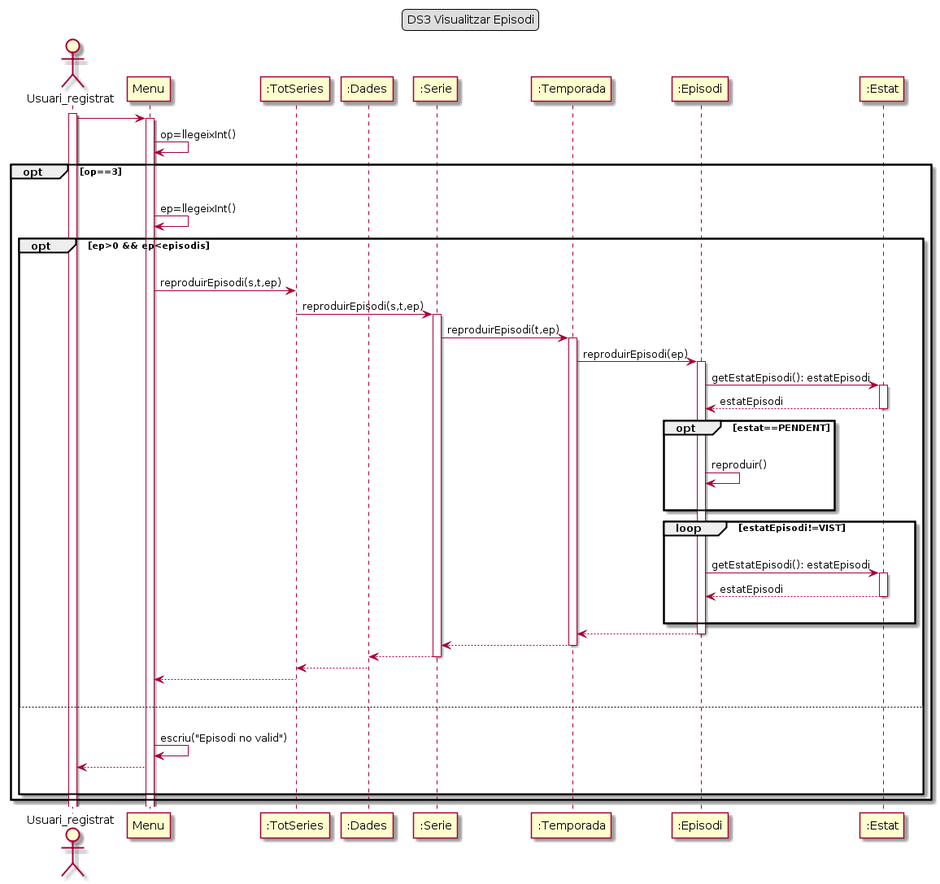
This is Lab5/GrupA_BergantiñosAngelDiazFranciscoL1b/DS/DS3_3.png from Ralleg314/DS, a PlantUML export, as it was before one commit. Its diagram source:
```plantuml
@startuml
legend top
    DS3 Visualitzar Episodi
end legend

actor Usuari_registrat as usuari
activate usuari

participant "Menu" as menu
participant ":TotSeries" as TS
participant ":Dades" as dades
participant ":Serie" as serie
participant ":Temporada" as temp
participant ":Episodi" as episodi
participant ":Estat" as estat

usuari -> menu
activate menu
menu -> menu : op=llegeixInt()
opt op==3
    |||
    menu -> menu : ep=llegeixInt()
    opt ep>0 && ep<episodis
        |||
        menu ->TS :reproduirEpisodi(s,t,ep)
        TS -> serie: reproduirEpisodi(s,t,ep)
        activate serie
        serie->temp: reproduirEpisodi(t,ep)
        activate temp
        temp->episodi: reproduirEpisodi(ep)
        activate episodi
        episodi -> estat: getEstatEpisodi(): estatEpisodi
        activate estat
        estat --> episodi: estatEpisodi
        deactivate estat
        opt estat==PENDENT
            |||
            episodi ->episodi: reproduir()
            |||
        end
        loop estatEpisodi!=VIST
            |||
            episodi -> estat: getEstatEpisodi(): estatEpisodi
            activate estat
            estat --> episodi: estatEpisodi
            deactivate estat
            |||
        end
        episodi --->temp
        deactivate episodi
        temp ---> serie
        deactivate temp
        serie---> dades
        deactivate serie
        dades---> TS
        deactivate dades
        TS ---> menu
        deactivate TS

        |||
    else
        |||
        menu->menu: escriu("Episodi no valid")
        menu--->usuari
        |||
    end

end
@enduml
```
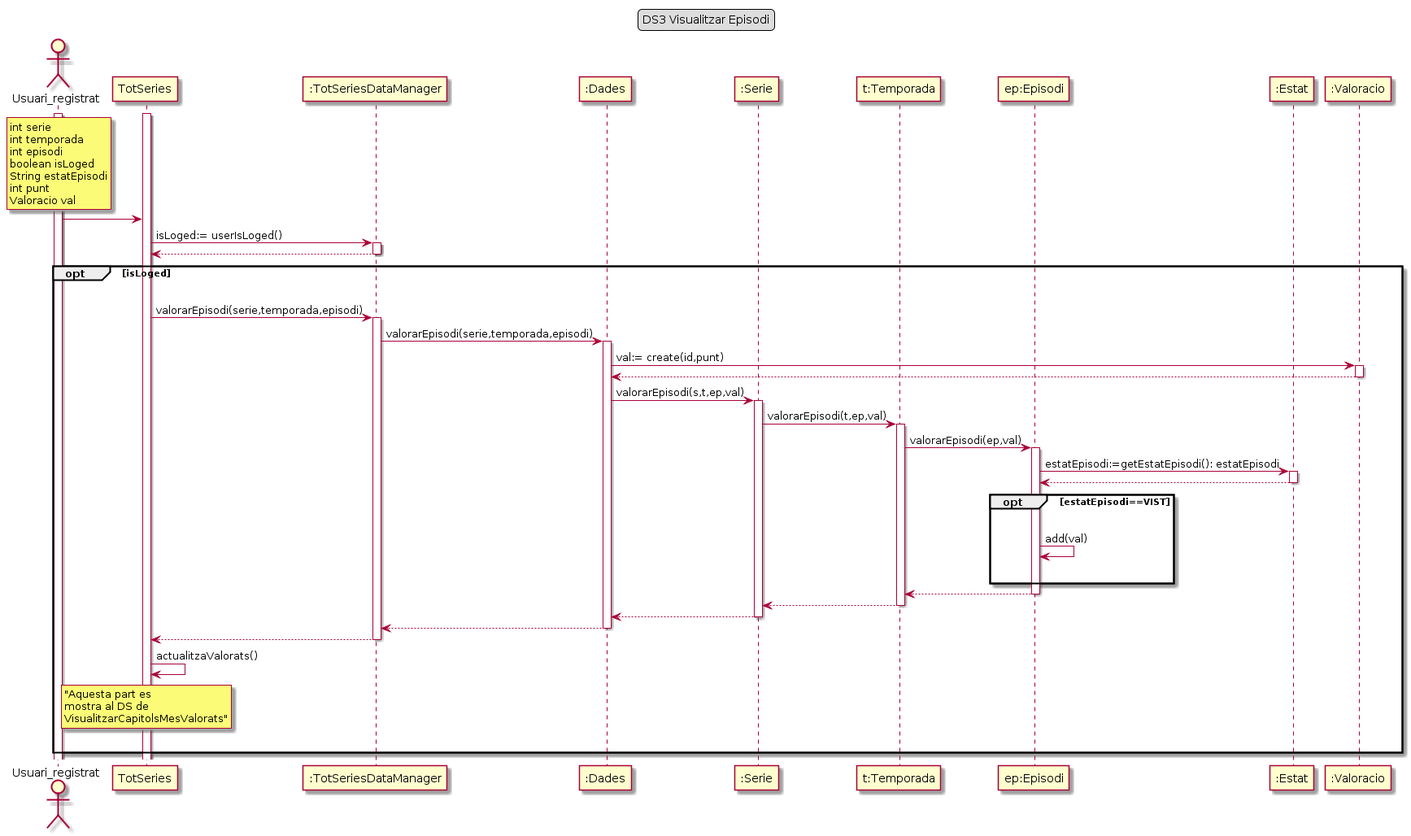
The same file after the commit.

Change to the diagram source:
```diff
@@ -5,65 +5,73 @@
 
 actor Usuari_registrat as usuari
 activate usuari
+rnote over usuari
+    int serie
+    int temporada
+    int episodi
+    boolean isLoged
+    String estatEpisodi
+    int punt
+    Valoracio val
+end rnote
 
-participant "Menu" as menu
-participant ":TotSeries" as TS
+participant "TotSeries" as menu
+participant ":TotSeriesDataManager" as TS
 participant ":Dades" as dades
 participant ":Serie" as serie
-participant ":Temporada" as temp
-participant ":Episodi" as episodi
+participant "t:Temporada" as temp
+participant "ep:Episodi" as episodi
 participant ":Estat" as estat
+participant ":Valoracio" as val
 
+activate menu
 usuari -> menu
-activate menu
-menu -> menu : op=llegeixInt()
-opt op==3
+
+menu->TS :isLoged:= userIsLoged()
+activate TS
+TS-->menu
+deactivate TS
+opt isLoged
     |||
-    menu -> menu : ep=llegeixInt()
-    opt ep>0 && ep<episodis
+    menu ->TS :valorarEpisodi(serie,temporada,episodi)
+    activate TS
+    TS->dades:valorarEpisodi(serie,temporada,episodi)
+    activate dades
+    dades -> val: val:= create(id,punt)
+    activate val
+    val --> dades
+    deactivate val
+    dades -> serie: valorarEpisodi(s,t,ep,val)
+    activate serie
+    serie->temp: valorarEpisodi(t,ep,val)
+    activate temp
+    temp->episodi: valorarEpisodi(ep,val)
+    activate episodi
+    episodi -> estat: estatEpisodi:=getEstatEpisodi(): estatEpisodi
+    activate estat
+    estat --> episodi
+    deactivate estat
+    opt estatEpisodi==VIST
         |||
-        menu ->TS :reproduirEpisodi(s,t,ep)
-        TS -> serie: reproduirEpisodi(s,t,ep)
-        activate serie
-        serie->temp: reproduirEpisodi(t,ep)
-        activate temp
-        temp->episodi: reproduirEpisodi(ep)
-        activate episodi
-        episodi -> estat: getEstatEpisodi(): estatEpisodi
-        activate estat
-        estat --> episodi: estatEpisodi
-        deactivate estat
-        opt estat==PENDENT
-            |||
-            episodi ->episodi: reproduir()
-            |||
-        end
-        loop estatEpisodi!=VIST
-            |||
-            episodi -> estat: getEstatEpisodi(): estatEpisodi
-            activate estat
-            estat --> episodi: estatEpisodi
-            deactivate estat
-            |||
-        end
-        episodi --->temp
-        deactivate episodi
-        temp ---> serie
-        deactivate temp
-        serie---> dades
-        deactivate serie
-        dades---> TS
-        deactivate dades
-        TS ---> menu
-        deactivate TS
-
-        |||
-    else
-        |||
-        menu->menu: escriu("Episodi no valid")
-        menu--->usuari
+        episodi ->episodi: add(val)
         |||
     end
-
+    episodi --->temp
+    deactivate episodi
+    temp ---> serie
+    deactivate temp
+    serie---> dades
+    deactivate serie
+    dades---> TS
+    deactivate dades
+    TS ---> menu
+    deactivate TS
+    menu -> menu : actualitzaValorats()
+    rnote over menu
+        "Aquesta part es
+        mostra al DS de
+        VisualitzarCapitolsMesValorats"
+    end rnote
+    |||
 end
 @enduml
```
